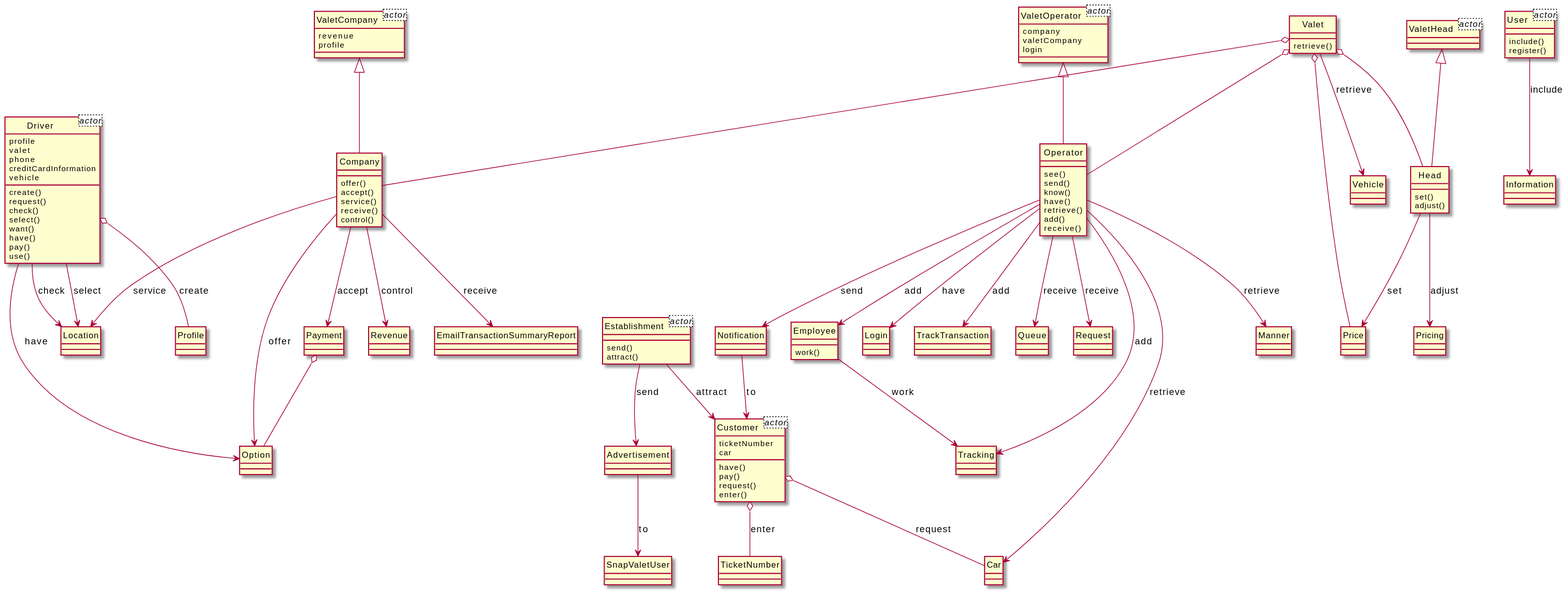
The PlantUML diagram output/diagram_5/2014-USC-Project03.svg in xixixhalu/DomainModelExtractor, before a commit.
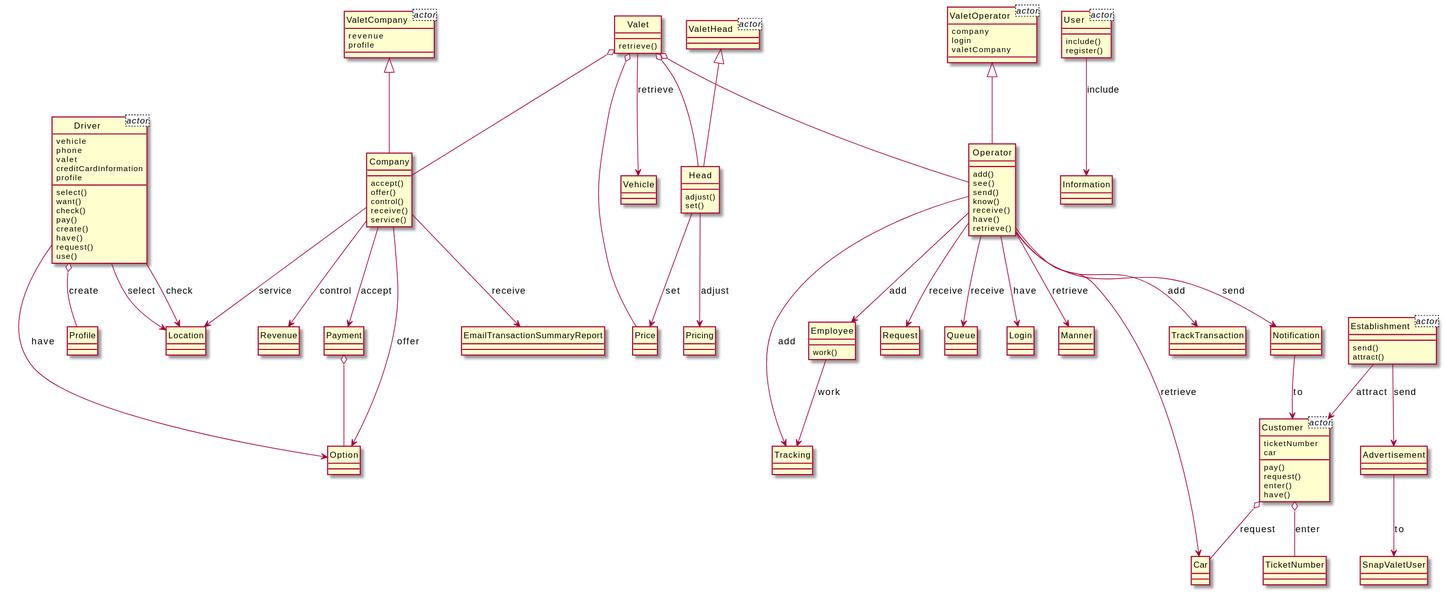
After the change.

Diff of the diagram source:
```diff
@@ -1,11 +1,11 @@
 @startuml
 hide circle
 class Driver<actor> {
+	vehicle
+	phone
+	valet
+	creditCardInformation
 	profile
-	valet
-	phone
-	creditCardInformation
-	vehicle
 }
 class ValetCompany<actor> {
 	revenue
@@ -19,146 +19,146 @@
 }
 class ValetOperator<actor> {
 	company
+	login
 	valetCompany
-	login
 }
 class ValetHead<actor> {
 }
 class User<actor> {
 }
+class Head {
+	adjust()
+	set()
+}
 class Operator {
+	add()
 	see()
 	send()
 	know()
+	receive()
 	have()
 	retrieve()
-	add()
-	receive()
-}
-class Head {
-	set()
-	adjust()
 }
 class Price {
 }
 class Company {
+	accept()
 	offer()
-	accept()
+	control()
+	receive()
 	service()
-	receive()
-	control()
 }
-class Location {
-}
-class Driver {
-	create()
-	request()
-	check()
-	select()
-	want()
-	have()
-	pay()
-	use()
-}
-class Option {
-}
-class Notification {
-}
-class Customer {
-	have()
-	pay()
-	request()
-	enter()
+class Revenue {
 }
 class Car {
 }
-class Manner {
+class Driver {
+	select()
+	want()
+	check()
+	pay()
+	create()
+	have()
+	request()
+	use()
 }
-class TicketNumber {
+class Pricing {
 }
-class Payment {
+class TrackTransaction {
 }
-class Employee {
-	work()
+class Tracking {
 }
 class User {
 	include()
 	register()
 }
-class Login {
+class Establishment {
+	send()
+	attract()
 }
-class TrackTransaction {
+class Customer {
+	pay()
+	request()
+	enter()
+	have()
 }
-class Revenue {
+class Payment {
+}
+class Location {
+}
+class Option {
+}
+class Employee {
+	work()
+}
+class Notification {
+}
+class TicketNumber {
 }
 class Valet {
 	retrieve()
 }
 class Vehicle {
 }
+class Request {
+}
 class Profile {
+}
+class Information {
 }
 class Queue {
 }
-class Information {
+class Login {
 }
 class EmailTransactionSummaryReport {
 }
-class Establishment {
-	send()
-	attract()
-}
 class Advertisement {
 }
-class Request {
-}
-class Tracking {
-}
-class Pricing {
+class Manner {
 }
 class ValetCompany {
-}
-class ValetOperator {
 }
 class ValetHead {
 }
 class SnapValetUser {
 }
+class ValetOperator {
+}
+Operator --> Car : retrieve
+Company --> EmailTransactionSummaryReport : receive
+Establishment --> Advertisement : send
+Valet o-- Head
+Head --> Pricing : adjust
+Customer o-- TicketNumber : enter
+Company --> Location : service
+Operator --> TrackTransaction : add
+Operator --> Manner : retrieve
+Valet o-- Operator
+Valet --> Vehicle : retrieve
+Operator --> Tracking : add
+Operator --> Employee : add
+Payment o-- Option
+Operator --> Request : receive
+ValetCompany <|-- Company
+Customer o-- Car : request
+Valet o-- Company
+Establishment --> Customer : attract
+Driver o-- Profile : create
+ValetHead <|-- Head
+Head --> Price : set
+User --> Information : include
+Advertisement --> SnapValetUser : to
+Company --> Payment : accept
 Company --> Option : offer
+Driver --> Location : select
+Notification --> Customer : to
+Driver --> Location : check
+ValetOperator <|-- Operator
+Operator --> Queue : receive
 Driver --> Option : have
-Operator --> Tracking : add
-Operator --> Car : retrieve
+Valet o-- Price
+Employee --> Tracking : work
+Company --> Revenue : control
 Operator --> Notification : send
-Employee --> Tracking : work
-Valet --> Vehicle : retrieve
-Head --> Pricing : adjust
-Notification --> Customer : to
-Customer o-- Car : request
-Driver o-- Profile : create
-Valet o-- Head
-ValetCompany <|-- Company
-Operator --> Manner : retrieve
-Operator --> Queue : receive
-ValetOperator <|-- Operator
-Head --> Price : set
-Customer o-- TicketNumber : enter
-User --> Information : include
-Valet o-- Operator
-ValetHead <|-- Head
-Company --> Payment : accept
-Company --> EmailTransactionSummaryReport : receive
-Valet o-- Company
-Operator --> Employee : add
-Driver --> Location : select
-Company --> Revenue : control
-Valet o-- Price
-Establishment --> Customer : attract
-Advertisement --> SnapValetUser : to
-Establishment --> Advertisement : send
 Operator --> Login : have
-Payment o-- Option
-Company --> Location : service
-Operator --> Request : receive
-Operator --> TrackTransaction : add
-Driver --> Location : check
 @enduml
```
